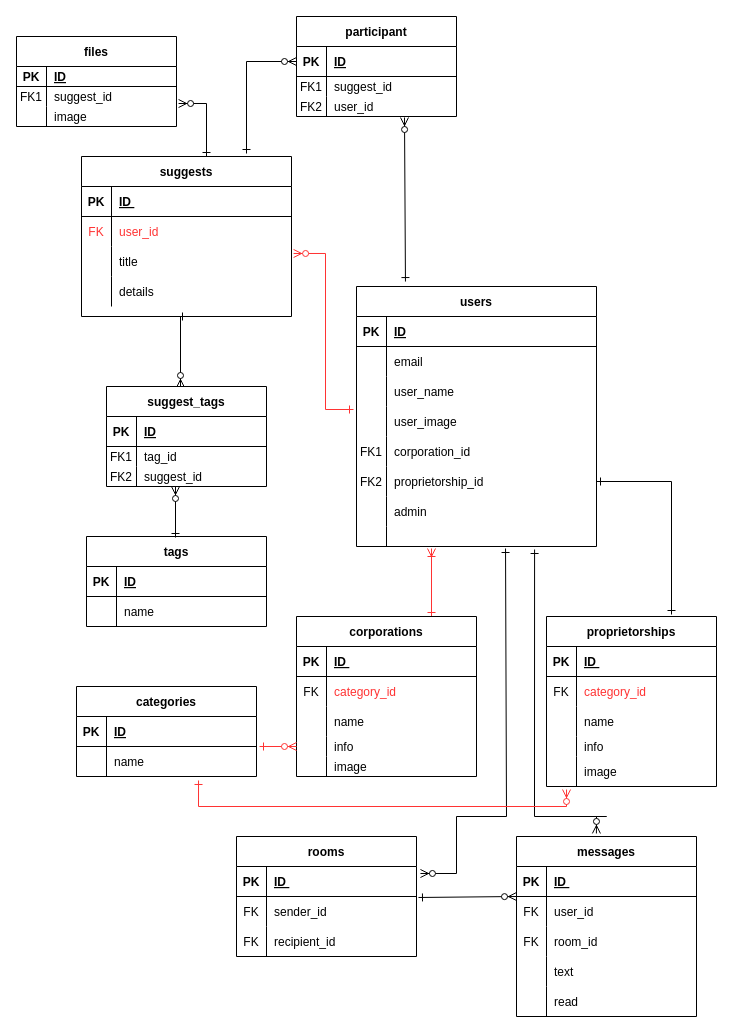
Earlier version of the draw.io diagram Untitled Diagram.drawio (Sec-il-n/dic_guraduate_parts). Source tidied: cells renumbered, new cells numbered last; positions are measured from the earlier drawing's top-left corner, leaving out a move shared by most shapes. Both pictures are drawn from the tidied source at 100%, with x=0, y=0 at pixel (16, 16).
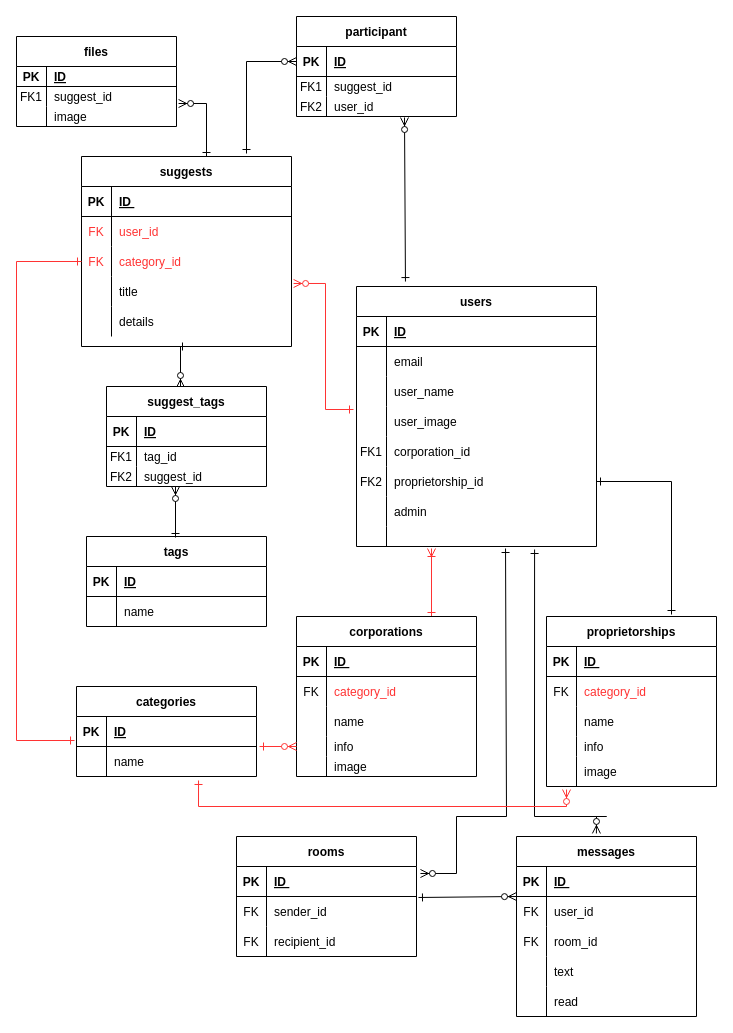
Above is the later version.

Commit message:
Untitled Diagram.drawio を更新します

Unchanged cells that the change refers to:
```xml
<mxCell id="147" style="shape=partialRectangle;fillColor=none;points=[[0,0.5],[1,0.5]];portConstraint=eastwest;top=0;left=0;right=0;bottom=1;" parent="146" vertex="1">
  <mxGeometry y="30" width="180" height="30" as="geometry" />
</mxCell>
```

Diff of the diagram source:
```diff
@@
     <mxCell id="35" value="suggests" style="shape=table;startSize=30;childLayout=tableLayout;rowLines=0;fontStyle=1;align=center;" parent="1" vertex="1">
-      <mxGeometry x="65" y="140" width="210" height="160" as="geometry" />
+      <mxGeometry x="65" y="140" width="210" height="190" as="geometry" />
     </mxCell>
@@
+    <mxCell id="155" style="shape=partialRectangle;fillColor=none;points=[[0,0.5],[1,0.5]];portConstraint=eastwest;top=0;left=0;right=0;bottom=0;" parent="35" vertex="1">
+      <mxGeometry y="90" width="210" height="30" as="geometry" />
+    </mxCell>
+    <mxCell id="156" style="shape=partialRectangle;overflow=hidden;fillColor=none;top=0;left=0;bottom=0;right=0;" parent="155" vertex="1">
+      <mxGeometry width="30" height="30" as="geometry" />
+    </mxCell>
+    <mxCell id="157" value="category_id" style="shape=partialRectangle;overflow=hidden;fillColor=none;top=0;left=0;bottom=0;right=0;align=left;spacingLeft=6;strokeColor=#FF3333;fontColor=#FF3333;" parent="155" vertex="1">
+      <mxGeometry x="30" width="180" height="30" as="geometry" />
+    </mxCell>
     <mxCell id="42" style="shape=partialRectangle;fillColor=none;points=[[0,0.5],[1,0.5]];portConstraint=eastwest;top=0;left=0;right=0;bottom=0;" parent="35" vertex="1">
-      <mxGeometry y="90" width="210" height="30" as="geometry" />
+      <mxGeometry y="120" width="210" height="30" as="geometry" />
     </mxCell>
@@
     <mxCell id="45" style="shape=partialRectangle;fillColor=none;top=0;left=0;right=0;bottom=0;" parent="35" vertex="1">
-      <mxGeometry y="120" width="210" height="30" as="geometry" />
+      <mxGeometry y="150" width="210" height="30" as="geometry" />
     </mxCell>
@@
+    <mxCell id="158" value="FK" style="shape=partialRectangle;overflow=hidden;fillColor=none;top=0;left=0;bottom=0;right=0;fontColor=#FF3333;" parent="1" vertex="1">
+      <mxGeometry x="67.5" y="230" width="25" height="30" as="geometry" />
+    </mxCell>
+    <mxCell id="159" style="edgeStyle=none;rounded=0;jettySize=auto;html=1;startArrow=ERone;startFill=0;endArrow=ERone;endFill=0;strokeColor=#FF3333;entryX=-0.011;entryY=0.8;entryDx=0;entryDy=0;exitX=0;exitY=0.5;exitDx=0;exitDy=0;entryPerimeter=0;" parent="1" edge="1" source="155" target="147">
+      <mxGeometry relative="1" as="geometry">
+        <Array as="points">
+          <mxPoint y="245" />
+          <mxPoint y="724" />
+        </Array>
+      </mxGeometry>
+    </mxCell>
```
